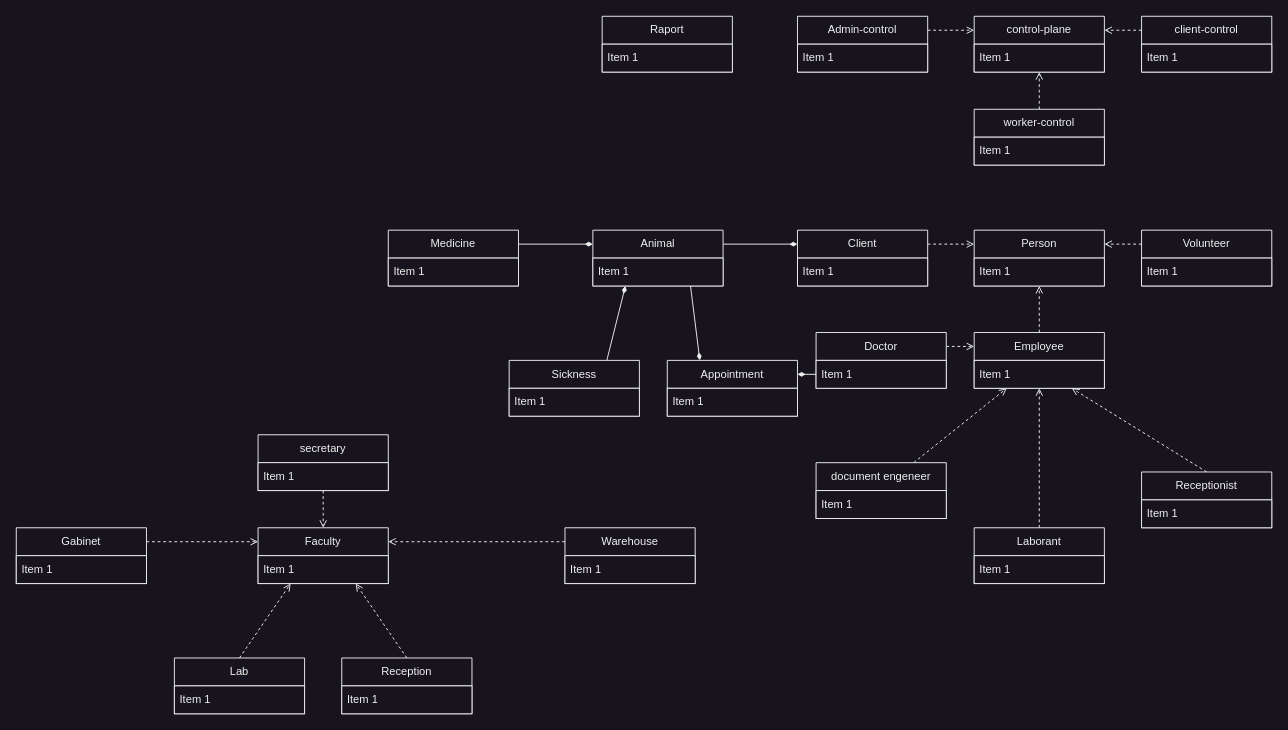
Earlier version of the draw.io diagram diagram.drawio (MarekMichali/vet-clinic). Source tidied: cells renumbered, new cells numbered last; positions are measured from the earlier drawing's top-left corner, leaving out a move shared by most shapes. Both pictures are drawn from the tidied source at 93%, with x=0, y=0 at pixel (16, 16).
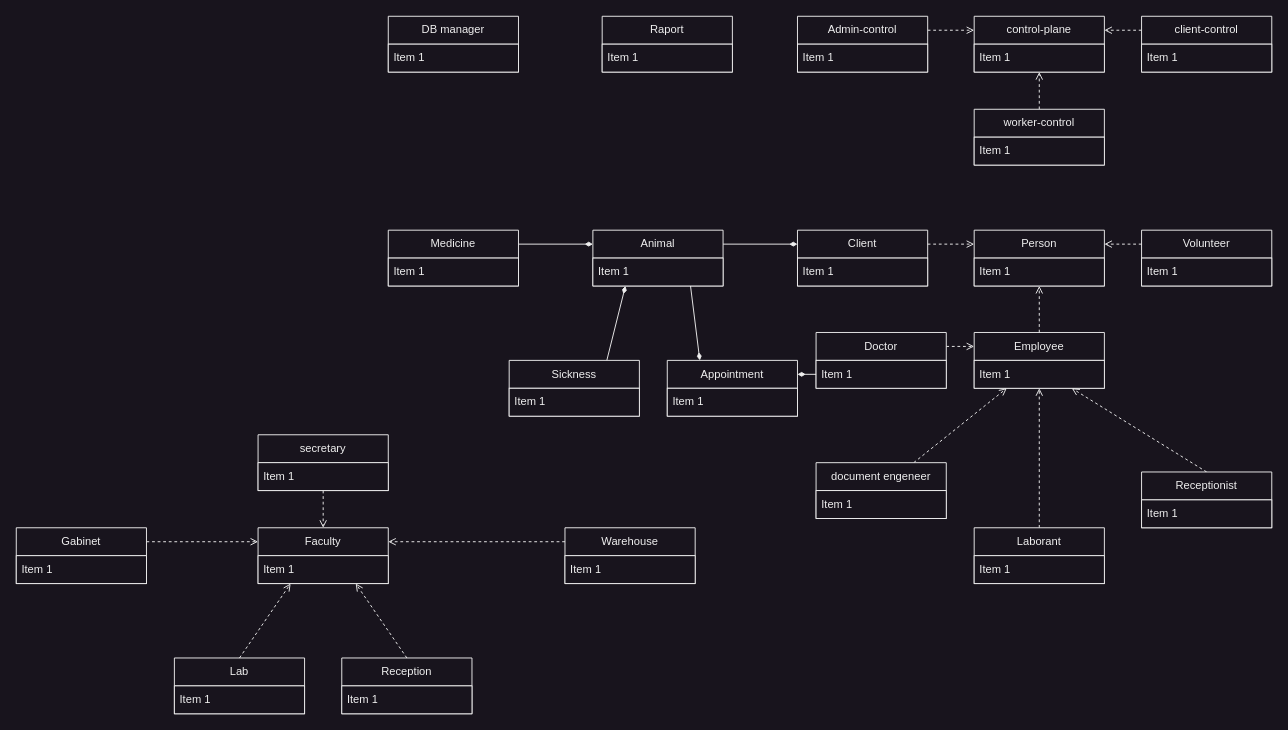
Above is the later version.

What changed in the source:
```diff
@@
+    <mxCell id="68" value="DB manager" style="swimlane;fontStyle=0;horizontal=1;startSize=30;whiteSpace=wrap;html=1;fillColor=#18141D;strokeColor=#F0F0F0;fontColor=#F0F0F0;" parent="1" vertex="1">
+      <mxGeometry x="400" width="140" height="60" as="geometry" />
+    </mxCell>
+    <mxCell id="69" value="Item 1" style="text;strokeColor=#F0F0F0;fillColor=#18141D;align=left;verticalAlign=middle;spacingLeft=4;spacingRight=4;overflow=hidden;whiteSpace=wrap;html=1;fontColor=#F0F0F0;" parent="68" vertex="1">
+      <mxGeometry y="30" width="140" height="30" as="geometry" />
+    </mxCell>
```
